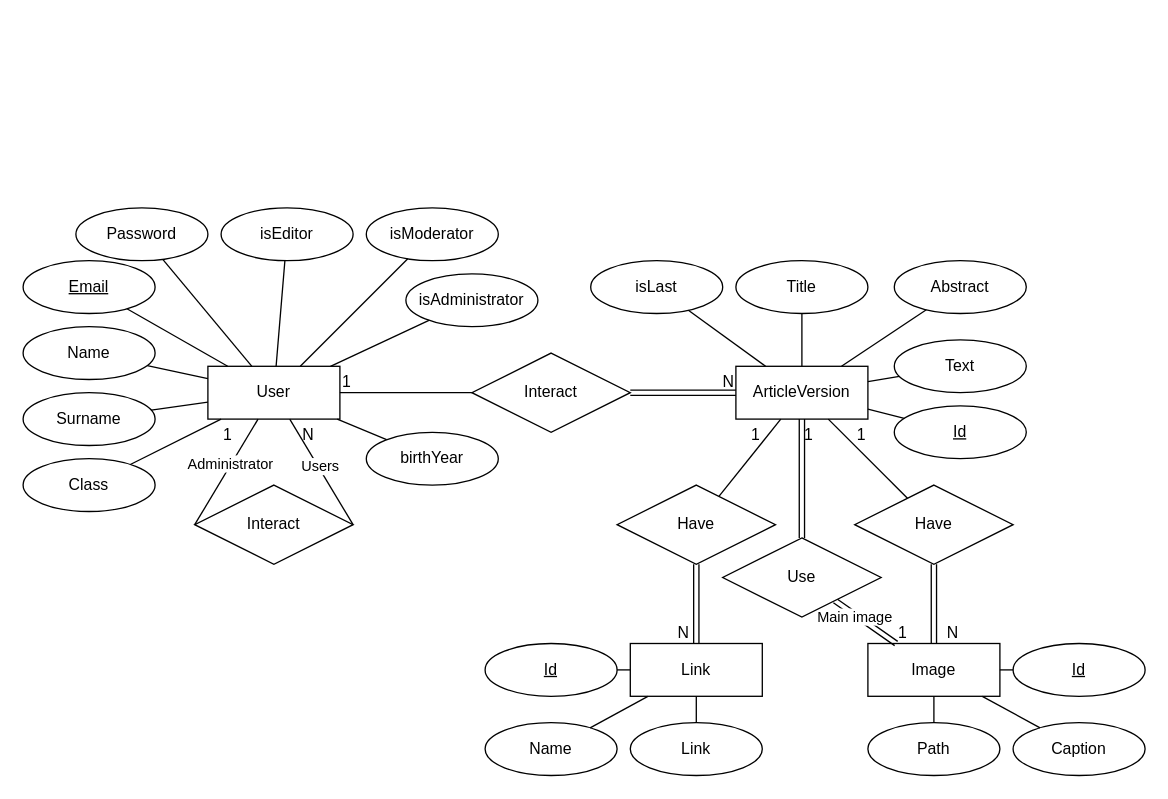
This is docs/ER/wikistudenti_er.drawio from LucaAvveduto/5C_WikiStudenti_Avveduto_Barani_Brambilla_Cecire, a draw.io file, before an edit. Source tidied: cells renumbered, new cells numbered last; positions are measured from the earlier drawing's top-left corner, leaving out a move shared by most shapes. Both pictures are drawn from the tidied source at 132%, with x=0, y=0 at pixel (22, 207).
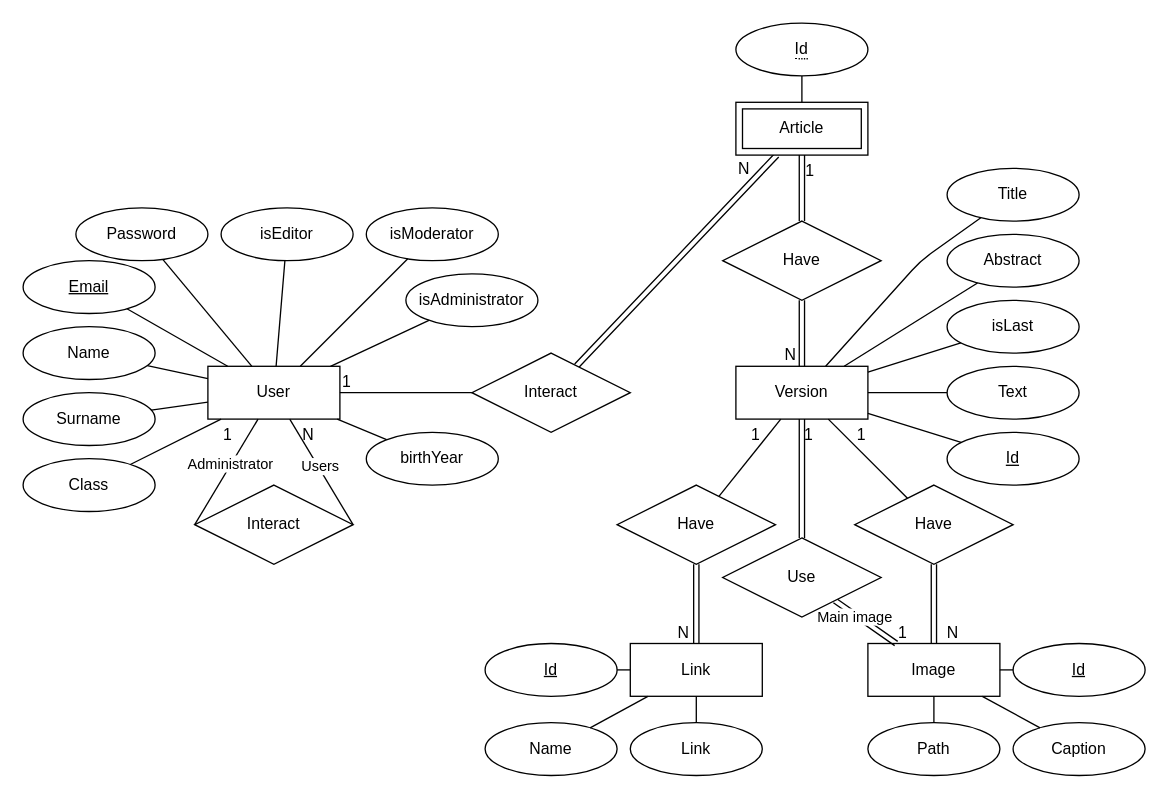
Above is the later version.

Unchanged cells that the change refers to:
```xml
<mxCell id="17" value="Interact" style="shape=rhombus;perimeter=rhombusPerimeter;whiteSpace=wrap;html=1;align=center;" parent="1" vertex="1">
  <mxGeometry x="340" y="110" width="120" height="60" as="geometry" />
</mxCell>
```

Change to the diagram source:
```diff
@@
-    <mxCell id="3" value="ArticleVersion" style="whiteSpace=wrap;html=1;align=center;" parent="1" vertex="1">
+    <mxCell id="3" value="Version" style="whiteSpace=wrap;html=1;align=center;" parent="1" vertex="1">
       <mxGeometry x="540" y="120" width="100" height="40" as="geometry" />
     </mxCell>
@@
-    <mxCell id="13" style="endArrow=none;html=1;rounded=0;shape=link;" parent="1" edge="1" source="17" target="3">
+    <mxCell id="13" style="endArrow=none;html=1;rounded=0;shape=link;" parent="1" edge="1" source="17" target="74">
       <mxGeometry relative="1" as="geometry" />
     </mxCell>
@@
     <mxCell id="18" value="Title" style="ellipse;whiteSpace=wrap;html=1;align=center;" parent="1" vertex="1">
-      <mxGeometry x="540" y="40" width="100" height="40" as="geometry" />
+      <mxGeometry x="700" y="-30" width="100" height="40" as="geometry" />
     </mxCell>
     <mxCell id="19" value="Abstract" style="ellipse;whiteSpace=wrap;html=1;align=center;" parent="1" vertex="1">
-      <mxGeometry x="660" y="40" width="100" height="40" as="geometry" />
+      <mxGeometry x="700" y="20" width="100" height="40" as="geometry" />
     </mxCell>
     <mxCell id="20" value="Text" style="ellipse;whiteSpace=wrap;html=1;align=center;" parent="1" vertex="1">
-      <mxGeometry x="660" y="100" width="100" height="40" as="geometry" />
+      <mxGeometry x="700" y="120" width="100" height="40" as="geometry" />
     </mxCell>
@@
     <mxCell id="45" style="endArrow=none;html=1;" parent="1" edge="1" source="3" target="18">
-      <mxGeometry relative="1" as="geometry" />
+      <mxGeometry relative="1" as="geometry">
+        <Array as="points">
+          <mxPoint x="680" y="40" />
+        </Array>
+      </mxGeometry>
     </mxCell>
@@
     <mxCell id="48" value="Id" style="ellipse;whiteSpace=wrap;html=1;align=center;fontStyle=4;" parent="1" vertex="1">
-      <mxGeometry x="660" y="150" width="100" height="40" as="geometry" />
+      <mxGeometry x="700" y="170" width="100" height="40" as="geometry" />
     </mxCell>
@@
     <mxCell id="59" value="isLast" style="ellipse;whiteSpace=wrap;html=1;align=center;" parent="1" vertex="1">
-      <mxGeometry x="430" y="40" width="100" height="40" as="geometry" />
+      <mxGeometry x="700" y="70" width="100" height="40" as="geometry" />
     </mxCell>
@@
+    <mxCell id="74" value="Article" style="shape=ext;margin=3;double=1;whiteSpace=wrap;html=1;align=center;" parent="1" vertex="1">
+      <mxGeometry x="540" y="-80" width="100" height="40" as="geometry" />
+    </mxCell>
+    <mxCell id="75" style="endArrow=none;html=1;rounded=0;shape=link;" parent="1" edge="1" source="79" target="3">
+      <mxGeometry relative="1" as="geometry" />
+    </mxCell>
+    <mxCell id="76" value="N" style="html=1;whiteSpace=wrap;align=right;verticalAlign=bottom;" parent="75" vertex="1">
+      <mxGeometry x="1" relative="1" as="geometry">
+        <mxPoint x="-3" as="offset" />
+      </mxGeometry>
+    </mxCell>
+    <mxCell id="77" style="endArrow=none;html=1;rounded=0;shape=link;" parent="1" edge="1" source="74" target="79">
+      <mxGeometry relative="1" as="geometry" />
+    </mxCell>
+    <mxCell id="78" value="1" style="html=1;whiteSpace=wrap;align=left;verticalAlign=bottom;" parent="77" vertex="1">
+      <mxGeometry x="-1" relative="1" as="geometry">
+        <mxPoint x="1" y="20" as="offset" />
+      </mxGeometry>
+    </mxCell>
+    <mxCell id="79" value="Have" style="shape=rhombus;perimeter=rhombusPerimeter;whiteSpace=wrap;html=1;align=center;" parent="1" vertex="1">
+      <mxGeometry x="530" y="10" width="120" height="60" as="geometry" />
+    </mxCell>
+    <mxCell id="80" value="N" style="html=1;whiteSpace=wrap;align=left;verticalAlign=bottom;" parent="1" vertex="1">
+      <mxGeometry x="270" y="140" as="geometry">
+        <mxPoint x="270" y="-161" as="offset" />
+      </mxGeometry>
+    </mxCell>
+    <mxCell id="81" value="&lt;span style=&quot;border-bottom: 1px dotted&quot;&gt;Id&lt;/span&gt;" style="ellipse;whiteSpace=wrap;html=1;align=center;" parent="1" vertex="1">
+      <mxGeometry x="540" y="-140" width="100" height="40" as="geometry" />
+    </mxCell>
+    <mxCell id="82" style="endArrow=none;html=1;rounded=0;" parent="1" edge="1" source="81" target="74">
+      <mxGeometry relative="1" as="geometry" />
+    </mxCell>
```
